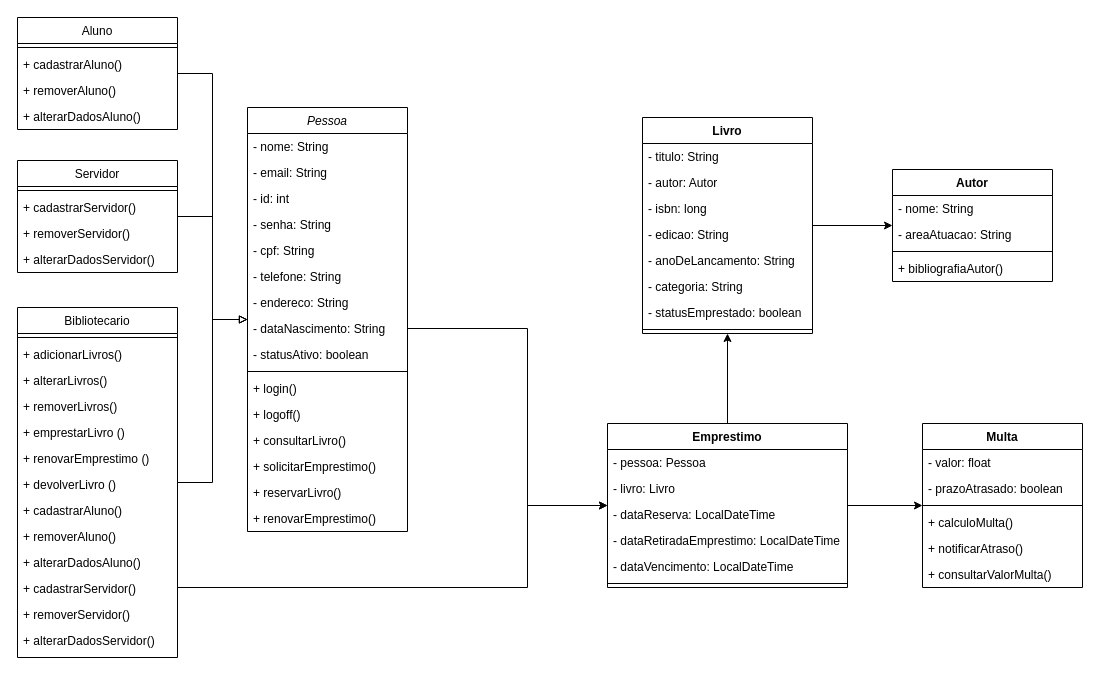
Earlier version of the draw.io diagram Diagrama de classes Biblioteca UFC.drawio (GuylhermeLima/BibliotecaUFC). Source tidied: cells renumbered, new cells numbered last; positions are measured from the earlier drawing's top-left corner, leaving out a move shared by most shapes. Both pictures are drawn from the tidied source at 100%, with x=0, y=0 at pixel (17, 17).
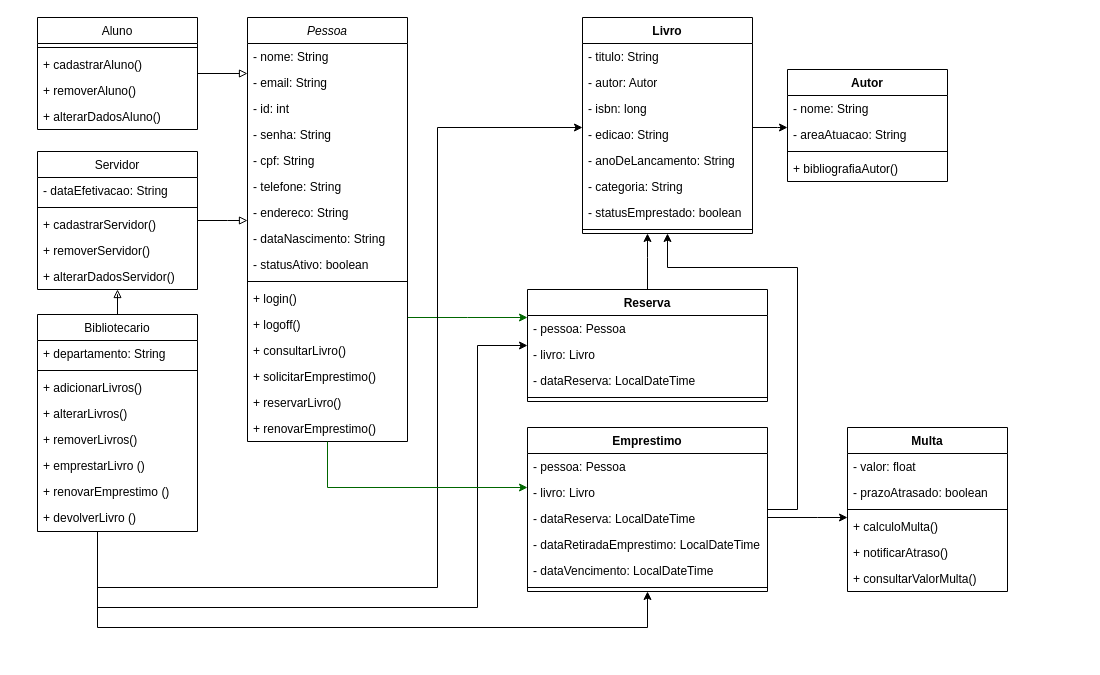
The same diagram, later.

Unchanged cells that the change refers to:
```xml
<mxCell id="10" value="- dataNascimento: String" style="text;align=left;verticalAlign=top;spacingLeft=4;spacingRight=4;overflow=hidden;points=[[0,0.5],[1,0.5]];portConstraint=eastwest;rounded=0;shadow=0;html=0;" parent="2" vertex="1">
  <mxGeometry y="208" width="160" height="26" as="geometry" />
</mxCell>
```

The edit, as a diff of the source:
```diff
@@
+    <mxCell id="79" style="edgeStyle=orthogonalEdgeStyle;rounded=0;jettySize=auto;html=1;strokeColor=#006600;" parent="1" edge="1" source="2" target="89">
+      <mxGeometry relative="1" as="geometry">
+        <Array as="points">
+          <mxPoint x="450" y="300" />
+          <mxPoint x="450" y="300" />
+        </Array>
+      </mxGeometry>
+    </mxCell>
     <mxCell id="2" value="Pessoa" style="swimlane;fontStyle=2;align=center;verticalAlign=top;horizontal=1;startSize=26;rounded=0;shadow=0;strokeWidth=1;" parent="1" vertex="1">
-      <mxGeometry x="230" y="90" width="160" height="424" as="geometry" />
+      <mxGeometry x="230" width="160" height="424" as="geometry" />
     </mxCell>
@@
     <mxCell id="19" style="edgeStyle=orthogonalEdgeStyle;rounded=0;jettySize=auto;html=1;endArrow=block;endFill=0;" parent="1" edge="1" source="20" target="2">
-      <mxGeometry relative="1" as="geometry" />
+      <mxGeometry relative="1" as="geometry">
+        <Array as="points">
+          <mxPoint x="310" y="56" />
+        </Array>
+      </mxGeometry>
     </mxCell>
     <mxCell id="20" value="Aluno" style="swimlane;fontStyle=0;align=center;verticalAlign=top;horizontal=1;startSize=26;rounded=0;shadow=0;strokeWidth=1;" parent="1" vertex="1">
-      <mxGeometry width="160" height="112" as="geometry" />
+      <mxGeometry x="20" width="160" height="112" as="geometry" />
     </mxCell>
@@
     <mxCell id="25" style="edgeStyle=orthogonalEdgeStyle;rounded=0;jettySize=auto;html=1;endArrow=block;endFill=0;" parent="1" edge="1" source="26" target="2">
-      <mxGeometry relative="1" as="geometry" />
+      <mxGeometry relative="1" as="geometry">
+        <Array as="points">
+          <mxPoint x="210" y="203" />
+          <mxPoint x="210" y="203" />
+        </Array>
+      </mxGeometry>
     </mxCell>
     <mxCell id="26" value="Servidor" style="swimlane;fontStyle=0;align=center;verticalAlign=top;horizontal=1;startSize=26;rounded=0;shadow=0;strokeWidth=1;" parent="1" vertex="1">
-      <mxGeometry y="143" width="160" height="112" as="geometry" />
+      <mxGeometry x="20" y="134" width="160" height="138" as="geometry" />
     </mxCell>
+    <mxCell id="80" value="- dataEfetivacao: String" style="text;strokeColor=none;fillColor=none;align=left;verticalAlign=top;spacingLeft=4;spacingRight=4;overflow=hidden;whiteSpace=wrap;html=1;" parent="26" vertex="1">
+      <mxGeometry y="26" width="160" height="26" as="geometry" />
+    </mxCell>
     <mxCell id="27" style="line;html=1;strokeWidth=1;align=left;verticalAlign=middle;spacingTop=-1;spacingLeft=3;spacingRight=3;labelPosition=right;" parent="26" vertex="1">
-      <mxGeometry y="26" width="160" height="8" as="geometry" />
+      <mxGeometry y="52" width="160" height="8" as="geometry" />
     </mxCell>
-    <mxCell id="28" value="+ cadastrarServidor()" style="text;align=left;verticalAlign=top;spacingLeft=4;spacingRight=4;overflow=hidden;" parent="26" vertex="1">
-      <mxGeometry y="34" width="160" height="26" as="geometry" />
-    </mxCell>
-    <mxCell id="29" value="+ removerServidor()" style="text;align=left;verticalAlign=top;spacingLeft=4;spacingRight=4;overflow=hidden;" parent="26" vertex="1">
-      <mxGeometry y="60" width="160" height="26" as="geometry" />
-    </mxCell>
-    <mxCell id="30" value="+ alterarDadosServidor()" style="text;align=left;verticalAlign=top;spacingLeft=4;spacingRight=4;overflow=hidden;" parent="26" vertex="1">
-      <mxGeometry y="86" width="160" height="26" as="geometry" />
-    </mxCell>
-    <mxCell id="31" style="edgeStyle=orthogonalEdgeStyle;rounded=0;jettySize=auto;html=1;endArrow=block;endFill=0;" parent="1" edge="1" source="33" target="2">
-      <mxGeometry relative="1" as="geometry" />
-    </mxCell>
+    <mxCell id="81" value="+ cadastrarServidor()" style="text;align=left;verticalAlign=top;spacingLeft=4;spacingRight=4;overflow=hidden;" parent="26" vertex="1">
+      <mxGeometry y="60" width="160" height="26" as="geometry" />
+    </mxCell>
+    <mxCell id="82" value="+ removerServidor()" style="text;align=left;verticalAlign=top;spacingLeft=4;spacingRight=4;overflow=hidden;" parent="26" vertex="1">
+      <mxGeometry y="86" width="160" height="26" as="geometry" />
+    </mxCell>
+    <mxCell id="83" value="+ alterarDadosServidor()" style="text;align=left;verticalAlign=top;spacingLeft=4;spacingRight=4;overflow=hidden;" parent="26" vertex="1">
+      <mxGeometry y="112" width="160" height="26" as="geometry" />
+    </mxCell>
     <mxCell id="32" style="edgeStyle=orthogonalEdgeStyle;rounded=0;jettySize=auto;html=1;" parent="1" edge="1" source="33" target="64">
       <mxGeometry relative="1" as="geometry">
         <Array as="points">
-          <mxPoint x="510" y="570" />
-          <mxPoint x="510" y="488" />
+          <mxPoint x="80" y="610" />
+          <mxPoint x="630" y="610" />
         </Array>
       </mxGeometry>
     </mxCell>
+    <mxCell id="84" style="edgeStyle=orthogonalEdgeStyle;rounded=0;jettySize=auto;html=1;endArrow=block;endFill=0;" parent="1" edge="1" source="33" target="26">
+      <mxGeometry relative="1" as="geometry" />
+    </mxCell>
+    <mxCell id="85" style="edgeStyle=orthogonalEdgeStyle;rounded=0;jettySize=auto;html=1;" parent="1" edge="1" source="33" target="48">
+      <mxGeometry relative="1" as="geometry">
+        <Array as="points">
+          <mxPoint x="80" y="570" />
+          <mxPoint x="420" y="570" />
+          <mxPoint x="420" y="110" />
+        </Array>
+      </mxGeometry>
+    </mxCell>
+    <mxCell id="86" style="edgeStyle=orthogonalEdgeStyle;rounded=0;jettySize=auto;html=1;" parent="1" edge="1" source="33" target="89">
+      <mxGeometry relative="1" as="geometry">
+        <Array as="points">
+          <mxPoint x="80" y="590" />
+          <mxPoint x="460" y="590" />
+          <mxPoint x="460" y="328" />
+        </Array>
+      </mxGeometry>
+    </mxCell>
     <mxCell id="33" value="Bibliotecario" style="swimlane;fontStyle=0;align=center;verticalAlign=top;horizontal=1;startSize=26;rounded=0;shadow=0;strokeWidth=1;" parent="1" vertex="1">
-      <mxGeometry y="290" width="160" height="350" as="geometry" />
+      <mxGeometry x="20" y="297" width="160" height="217" as="geometry" />
     </mxCell>
+    <mxCell id="87" value="+ departamento: String" style="text;strokeColor=none;fillColor=none;align=left;verticalAlign=top;spacingLeft=4;spacingRight=4;overflow=hidden;whiteSpace=wrap;html=1;" parent="33" vertex="1">
+      <mxGeometry y="26" width="160" height="26" as="geometry" />
+    </mxCell>
     <mxCell id="34" style="line;html=1;strokeWidth=1;align=left;verticalAlign=middle;spacingTop=-1;spacingLeft=3;spacingRight=3;labelPosition=right;" parent="33" vertex="1">
-      <mxGeometry y="26" width="160" height="8" as="geometry" />
+      <mxGeometry y="52" width="160" height="8" as="geometry" />
     </mxCell>
     <mxCell id="35" value="+ adicionarLivros()" style="text;align=left;verticalAlign=top;spacingLeft=4;spacingRight=4;overflow=hidden;" parent="33" vertex="1">
-      <mxGeometry y="34" width="160" height="26" as="geometry" />
+      <mxGeometry y="60" width="160" height="26" as="geometry" />
     </mxCell>
     <mxCell id="36" value="+ alterarLivros()" style="text;align=left;verticalAlign=top;spacingLeft=4;spacingRight=4;overflow=hidden;" parent="33" vertex="1">
-      <mxGeometry y="60" width="160" height="26" as="geometry" />
+      <mxGeometry y="86" width="160" height="26" as="geometry" />
     </mxCell>
     <mxCell id="37" value="+ removerLivros()" style="text;align=left;verticalAlign=top;spacingLeft=4;spacingRight=4;overflow=hidden;" parent="33" vertex="1">
-      <mxGeometry y="86" width="160" height="26" as="geometry" />
+      <mxGeometry y="112" width="160" height="26" as="geometry" />
     </mxCell>
     <mxCell id="38" value="+ emprestarLivro ()" style="text;align=left;verticalAlign=top;spacingLeft=4;spacingRight=4;overflow=hidden;" parent="33" vertex="1">
-      <mxGeometry y="112" width="160" height="26" as="geometry" />
+      <mxGeometry y="138" width="160" height="26" as="geometry" />
     </mxCell>
     <mxCell id="39" value="+ renovarEmprestimo ()" style="text;align=left;verticalAlign=top;spacingLeft=4;spacingRight=4;overflow=hidden;" parent="33" vertex="1">
-      <mxGeometry y="138" width="160" height="26" as="geometry" />
+      <mxGeometry y="164" width="160" height="26" as="geometry" />
     </mxCell>
     <mxCell id="40" value="+ devolverLivro ()" style="text;align=left;verticalAlign=top;spacingLeft=4;spacingRight=4;overflow=hidden;" parent="33" vertex="1">
-      <mxGeometry y="164" width="160" height="26" as="geometry" />
+      <mxGeometry y="190" width="160" height="26" as="geometry" />
     </mxCell>
-    <mxCell id="41" value="+ cadastrarAluno()" style="text;align=left;verticalAlign=top;spacingLeft=4;spacingRight=4;overflow=hidden;" parent="33" vertex="1">
-      <mxGeometry y="190" width="160" height="26" as="geometry" />
-    </mxCell>
-    <mxCell id="42" value="+ removerAluno()" style="text;align=left;verticalAlign=top;spacingLeft=4;spacingRight=4;overflow=hidden;" parent="33" vertex="1">
-      <mxGeometry y="216" width="160" height="26" as="geometry" />
-    </mxCell>
-    <mxCell id="43" value="+ alterarDadosAluno()" style="text;align=left;verticalAlign=top;spacingLeft=4;spacingRight=4;overflow=hidden;" parent="33" vertex="1">
-      <mxGeometry y="242" width="160" height="26" as="geometry" />
-    </mxCell>
-    <mxCell id="44" value="+ cadastrarServidor()" style="text;align=left;verticalAlign=top;spacingLeft=4;spacingRight=4;overflow=hidden;" parent="33" vertex="1">
-      <mxGeometry y="268" width="160" height="26" as="geometry" />
-    </mxCell>
-    <mxCell id="45" value="+ removerServidor()" style="text;align=left;verticalAlign=top;spacingLeft=4;spacingRight=4;overflow=hidden;" parent="33" vertex="1">
-      <mxGeometry y="294" width="160" height="26" as="geometry" />
-    </mxCell>
-    <mxCell id="46" value="+ alterarDadosServidor()" style="text;align=left;verticalAlign=top;spacingLeft=4;spacingRight=4;overflow=hidden;" parent="33" vertex="1">
-      <mxGeometry y="320" width="160" height="26" as="geometry" />
-    </mxCell>
     <mxCell id="47" style="edgeStyle=orthogonalEdgeStyle;rounded=0;jettySize=auto;html=1;" parent="1" edge="1" source="48" target="57">
-      <mxGeometry relative="1" as="geometry" />
+      <mxGeometry relative="1" as="geometry">
+        <Array as="points">
+          <mxPoint x="760" y="110" />
+          <mxPoint x="760" y="110" />
+        </Array>
+      </mxGeometry>
     </mxCell>
     <mxCell id="48" value="Livro" style="swimlane;fontStyle=1;align=center;verticalAlign=top;horizontal=1;startSize=26;whiteSpace=wrap;html=1;" parent="1" vertex="1">
-      <mxGeometry x="625" y="100" width="170" height="216" as="geometry" />
+      <mxGeometry x="565" width="170" height="216" as="geometry" />
     </mxCell>
@@
     <mxCell id="57" value="Autor" style="swimlane;fontStyle=1;align=center;verticalAlign=top;horizontal=1;startSize=26;whiteSpace=wrap;html=1;" parent="1" vertex="1">
-      <mxGeometry x="875" y="152" width="160" height="112" as="geometry" />
+      <mxGeometry x="770" y="52" width="160" height="112" as="geometry" />
     </mxCell>
@@
     <mxCell id="62" style="edgeStyle=orthogonalEdgeStyle;rounded=0;jettySize=auto;html=1;" parent="1" edge="1" source="64" target="71">
-      <mxGeometry relative="1" as="geometry" />
+      <mxGeometry relative="1" as="geometry">
+        <Array as="points">
+          <mxPoint x="800" y="500" />
+          <mxPoint x="800" y="500" />
+        </Array>
+      </mxGeometry>
     </mxCell>
     <mxCell id="63" style="edgeStyle=orthogonalEdgeStyle;rounded=0;jettySize=auto;html=1;" parent="1" edge="1" source="64" target="48">
-      <mxGeometry relative="1" as="geometry" />
+      <mxGeometry relative="1" as="geometry">
+        <Array as="points">
+          <mxPoint x="780" y="492" />
+          <mxPoint x="780" y="250" />
+          <mxPoint x="650" y="250" />
+        </Array>
+      </mxGeometry>
     </mxCell>
     <mxCell id="64" value="Emprestimo" style="swimlane;fontStyle=1;align=center;verticalAlign=top;horizontal=1;startSize=26;whiteSpace=wrap;html=1;" parent="1" vertex="1">
-      <mxGeometry x="590" y="406" width="240" height="164" as="geometry" />
+      <mxGeometry x="510" y="410" width="240" height="164" as="geometry" />
     </mxCell>
@@
     <mxCell id="71" value="Multa" style="swimlane;fontStyle=1;align=center;verticalAlign=top;horizontal=1;startSize=26;whiteSpace=wrap;html=1;" parent="1" vertex="1">
-      <mxGeometry x="905" y="406" width="160" height="164" as="geometry" />
+      <mxGeometry x="830" y="410" width="160" height="164" as="geometry" />
     </mxCell>
@@
-    <mxCell id="78" style="edgeStyle=orthogonalEdgeStyle;rounded=0;jettySize=auto;html=1;" parent="1" edge="1" source="10" target="64">
+    <mxCell id="78" style="edgeStyle=orthogonalEdgeStyle;rounded=0;jettySize=auto;html=1;strokeColor=#006600;" parent="1" edge="1" source="2" target="64">
       <mxGeometry relative="1" as="geometry">
         <Array as="points">
-          <mxPoint x="510" y="311" />
-          <mxPoint x="510" y="488" />
+          <mxPoint x="310" y="470" />
         </Array>
       </mxGeometry>
     </mxCell>
+    <mxCell id="88" style="edgeStyle=orthogonalEdgeStyle;rounded=0;jettySize=auto;html=1;" parent="1" edge="1" source="89" target="48">
+      <mxGeometry relative="1" as="geometry">
+        <Array as="points">
+          <mxPoint x="630" y="240" />
+          <mxPoint x="630" y="240" />
+        </Array>
+      </mxGeometry>
+    </mxCell>
+    <mxCell id="89" value="Reserva" style="swimlane;fontStyle=1;align=center;verticalAlign=top;horizontal=1;startSize=26;whiteSpace=wrap;html=1;" parent="1" vertex="1">
+      <mxGeometry x="510" y="272" width="240" height="112" as="geometry" />
+    </mxCell>
+    <mxCell id="90" value="- pessoa: Pessoa" style="text;strokeColor=none;fillColor=none;align=left;verticalAlign=top;spacingLeft=4;spacingRight=4;overflow=hidden;whiteSpace=wrap;html=1;" parent="89" vertex="1">
+      <mxGeometry y="26" width="240" height="26" as="geometry" />
+    </mxCell>
+    <mxCell id="91" value="- livro: Livro" style="text;strokeColor=none;fillColor=none;align=left;verticalAlign=top;spacingLeft=4;spacingRight=4;overflow=hidden;whiteSpace=wrap;html=1;" parent="89" vertex="1">
+      <mxGeometry y="52" width="240" height="26" as="geometry" />
+    </mxCell>
+    <mxCell id="92" value="- dataReserva: LocalDateTime" style="text;strokeColor=none;fillColor=none;align=left;verticalAlign=top;spacingLeft=4;spacingRight=4;overflow=hidden;whiteSpace=wrap;html=1;" parent="89" vertex="1">
+      <mxGeometry y="78" width="240" height="26" as="geometry" />
+    </mxCell>
+    <mxCell id="93" style="line;strokeWidth=1;fillColor=none;align=left;verticalAlign=middle;spacingTop=-1;spacingLeft=3;spacingRight=3;labelPosition=right;strokeColor=inherit;" parent="89" vertex="1">
+      <mxGeometry y="104" width="240" height="8" as="geometry" />
+    </mxCell>
```
